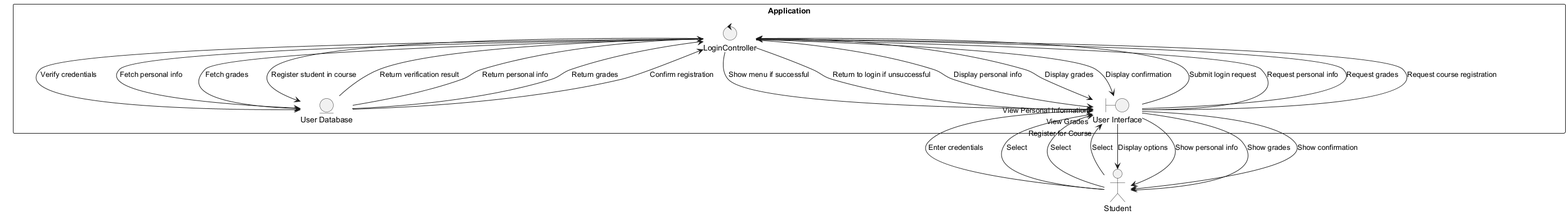
This is mySequence.png from Ohjelmistoprojekti2025/peppiExample, a PlantUML export, as it was before one commit.
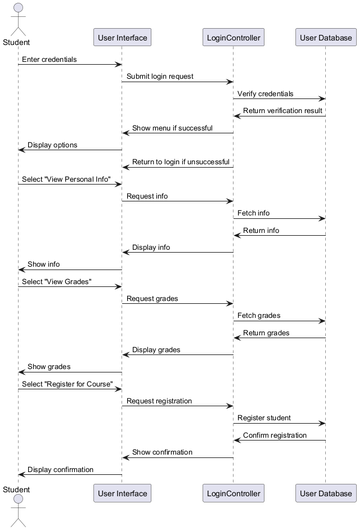
Later version of the same file.

Commit message:
READMEn muokkausta

The edit, as a diff of the source:
```diff
@@ -2,38 +2,37 @@
 
 actor Student
 
-rectangle Application {
-    control "LoginController" as LC
-    entity "User Database" as DB
-    boundary "User Interface" as UI
+participant "User Interface" as UI
+participant "LoginController" as LC
+participant "User Database" as DB
 
-    Student --> UI : Enter credentials
-    UI --> LC : Submit login request
-    LC --> DB : Verify credentials
-    DB --> LC : Return verification result
-    LC --> UI : Show menu if successful
-    UI --> Student : Display options
-    LC --> UI : Return to login if unsuccessful
+Student -> UI : Enter credentials
+UI -> LC : Submit login request
+LC -> DB : Verify credentials
+DB -> LC : Return verification result
+LC -> UI : Show menu if successful
+UI -> Student : Display options
+LC -> UI : Return to login if unsuccessful
 
-    Student --> UI : Select "View Personal Information"
-    UI --> LC : Request personal info
-    LC --> DB : Fetch personal info
-    DB --> LC : Return personal info
-    LC --> UI : Display personal info
-    UI --> Student : Show personal info
+Student -> UI : Select "View Personal Info"
+UI -> LC : Request info
+LC -> DB : Fetch info
+DB -> LC : Return info
+LC -> UI : Display info
+UI -> Student : Show info
 
-    Student --> UI : Select "View Grades"
-    UI --> LC : Request grades
-    LC --> DB : Fetch grades
-    DB --> LC : Return grades
-    LC --> UI : Display grades
-    UI --> Student : Show grades
+Student -> UI : Select "View Grades"
+UI -> LC : Request grades
+LC -> DB : Fetch grades
+DB -> LC : Return grades
+LC -> UI : Display grades
+UI -> Student : Show grades
 
-    Student --> UI : Select "Register for Course"
-    UI --> LC : Request course registration
-    LC --> DB : Register student in course
-    DB --> LC : Confirm registration
-    LC --> UI : Display confirmation
-    UI --> Student : Show confirmation
+Student -> UI : Select "Register for Course"
+UI -> LC : Request registration
+LC -> DB : Register student
+DB -> LC : Confirm registration
+LC -> UI : Show confirmation
+UI -> Student : Display confirmation
 
 @enduml
```
